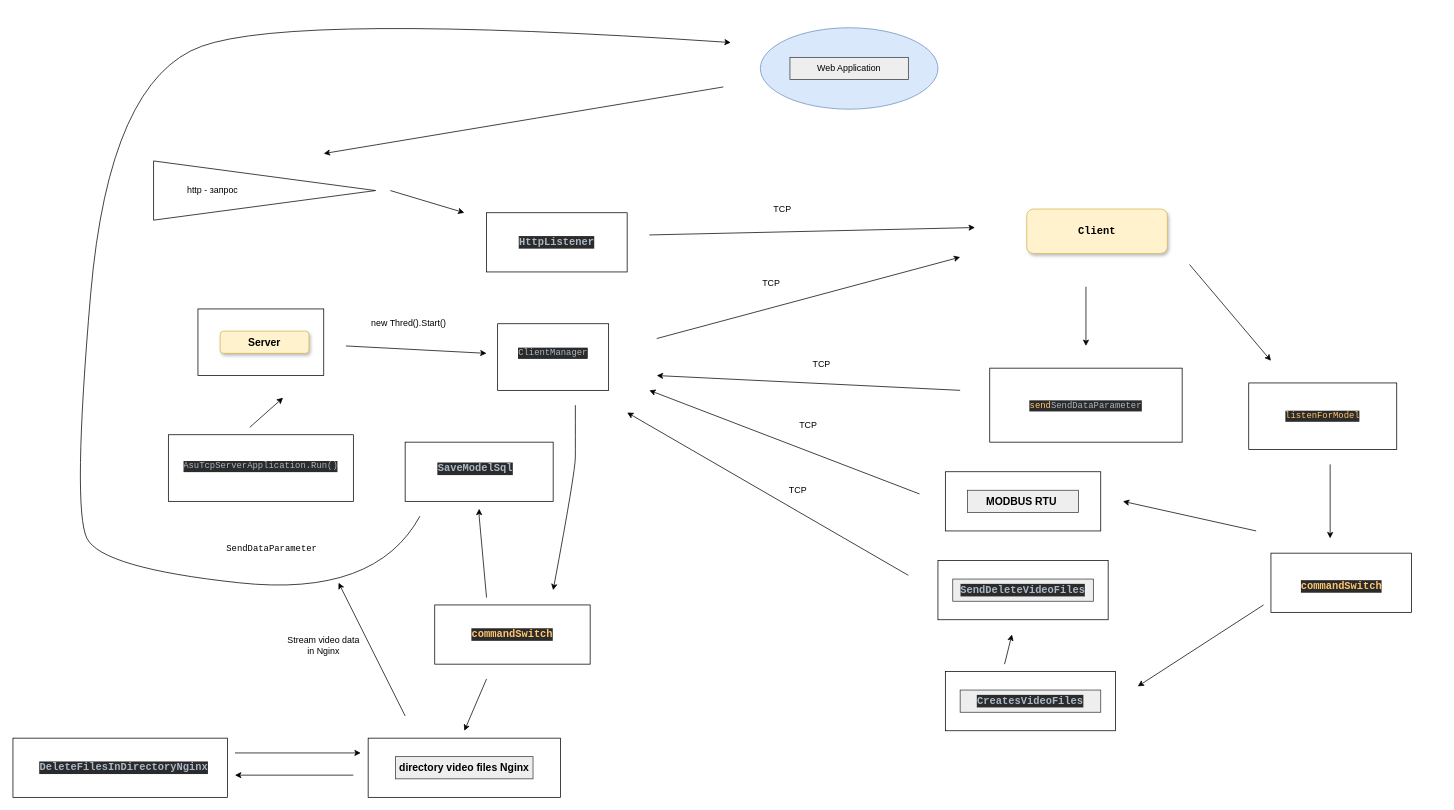
Above: src/main/java/structure_diagram.drawio in seregAnt02/AsuTcpClientrOnJava (draw.io), before the change. Source tidied: cells renumbered, new cells numbered last; positions are measured from the earlier drawing's top-left corner, leaving out a move shared by most shapes. Both pictures are drawn from the tidied source at 74%, with x=0, y=0 at pixel (13, 13).
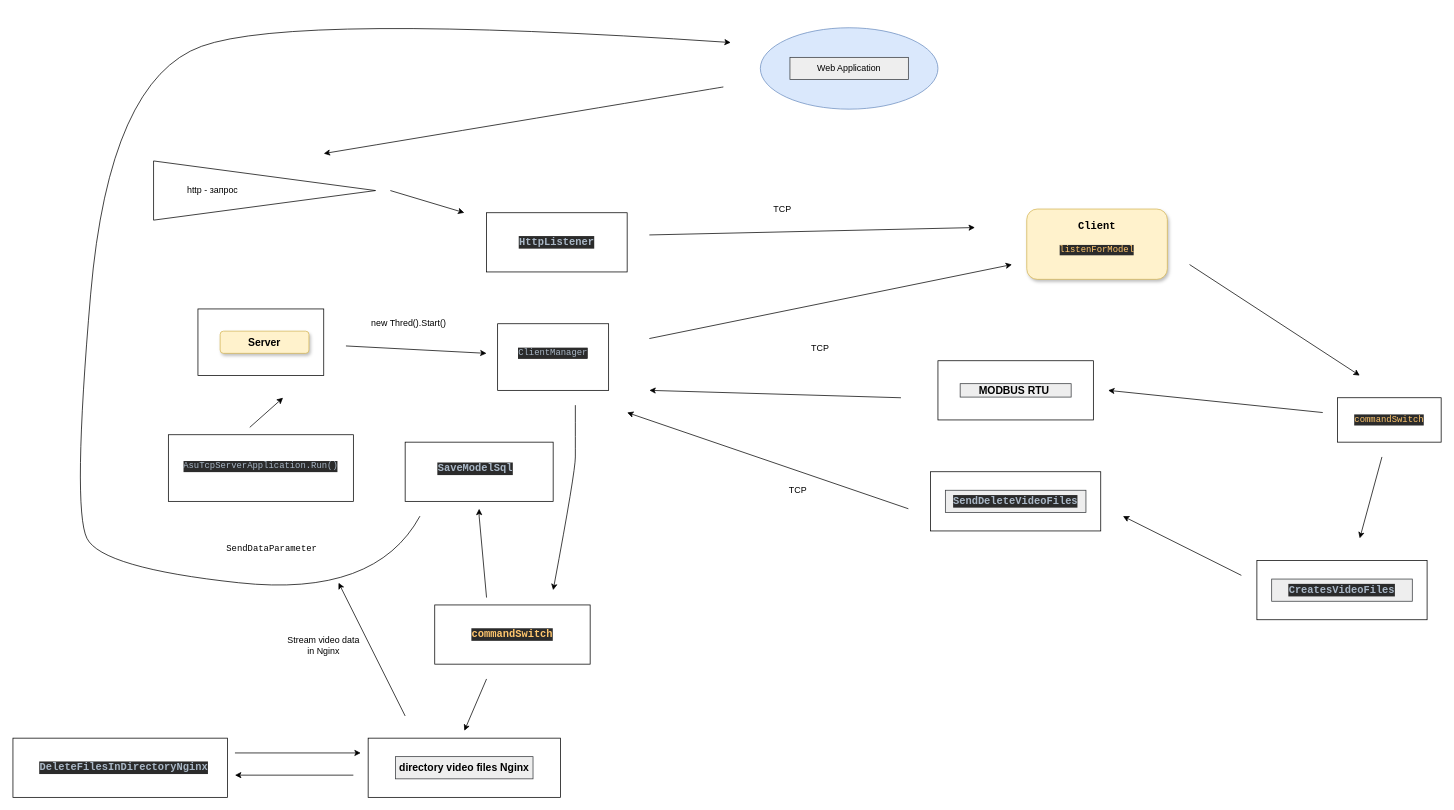
The same diagram, later.

Diff of the diagram source:
```diff
@@
-    <mxCell id="2" style="group;" parent="1" vertex="1">
-      <mxGeometry x="870" y="330" width="410" height="110" as="geometry" />
-    </mxCell>
-    <mxCell id="3" style="endArrow=classic;html=1;rounded=0;" parent="2" edge="1">
-      <mxGeometry relative="1" as="geometry">
-        <mxPoint y="110" as="sourcePoint" />
-        <mxPoint x="410" as="targetPoint" />
-      </mxGeometry>
-    </mxCell>
-    <mxCell id="4" value="TCP" style="text;html=1;align=center;verticalAlign=middle;whiteSpace=wrap;rounded=0;" parent="2" vertex="1">
-      <mxGeometry x="125" y="20" width="60" height="30" as="geometry" />
-    </mxCell>
-    <mxCell id="5" style="group;" parent="1" vertex="1">
-      <mxGeometry x="870" y="460" width="410" height="50" as="geometry" />
-    </mxCell>
-    <mxCell id="6" value="TCP" style="text;html=1;align=center;verticalAlign=middle;whiteSpace=wrap;rounded=0;" parent="5" vertex="1">
-      <mxGeometry x="209.4" width="28.2" height="30" as="geometry" />
-    </mxCell>
-    <mxCell id="7" style="endArrow=classic;html=1;rounded=0;" parent="5" edge="1">
-      <mxGeometry relative="1" as="geometry">
-        <mxPoint x="410" y="50" as="sourcePoint" />
-        <mxPoint y="30" as="targetPoint" />
-      </mxGeometry>
-    </mxCell>
@@
-    <mxCell id="34" style="group;" parent="1" vertex="1">
-      <mxGeometry x="1670" y="500" width="210" height="90" as="geometry" />
-    </mxCell>
-    <mxCell id="35" style="rounded=0;whiteSpace=wrap;html=1;" parent="34" vertex="1">
-      <mxGeometry width="200" height="90" as="geometry" />
-    </mxCell>
-    <mxCell id="36" value="&lt;pre style=&quot;background-color:#2b2b2b;color:#a9b7c6;font-family:'JetBrains Mono',monospace;font-size:9,8pt;&quot;&gt;&lt;span style=&quot;color:#ffc66d;&quot;&gt;listenForModel&lt;/span&gt;&lt;/pre&gt;" style="text;html=1;align=center;verticalAlign=middle;whiteSpace=wrap;rounded=0;" parent="34" vertex="1">
-      <mxGeometry x="10" y="10" width="180" height="70" as="geometry" />
-    </mxCell>
     <mxCell id="37" style="endArrow=classic;html=1;rounded=0;" parent="1" edge="1">
       <mxGeometry relative="1" as="geometry">
         <mxPoint x="1590" y="340" as="sourcePoint" />
-        <mxPoint x="1700" y="470" as="targetPoint" />
+        <mxPoint x="1820" y="490" as="targetPoint" />
       </mxGeometry>
     </mxCell>
-    <mxCell id="38" style="group;" parent="1" vertex="1">
-      <mxGeometry x="1700" y="730" width="190" height="80" as="geometry" />
-    </mxCell>
-    <mxCell id="39" style="rounded=0;whiteSpace=wrap;html=1;" parent="38" vertex="1">
-      <mxGeometry width="190" height="80" as="geometry" />
-    </mxCell>
-    <mxCell id="40" value="&lt;h3 style=&quot;background-color: light-dark(rgb(43, 43, 43), rgb(200, 200, 200)); color: light-dark(rgb(169, 183, 198), rgb(71, 83, 96)); font-family: &amp;quot;JetBrains Mono&amp;quot;, monospace;&quot;&gt;&lt;span style=&quot;color: rgb(255, 198, 109);&quot;&gt;commandSwitch&lt;/span&gt;&lt;/h3&gt;" style="text;html=1;align=center;verticalAlign=middle;whiteSpace=wrap;rounded=0;" parent="38" vertex="1">
-      <mxGeometry x="1" y="30" width="189" height="30" as="geometry" />
-    </mxCell>
     <mxCell id="41" style="endArrow=classic;html=1;rounded=0;" parent="1" edge="1">
       <mxGeometry relative="1" as="geometry">
-        <mxPoint x="1780" y="610" as="sourcePoint" />
-        <mxPoint x="1780" y="710" as="targetPoint" />
+        <mxPoint x="1770" y="540" as="sourcePoint" />
+        <mxPoint x="1480" y="510" as="targetPoint" />
       </mxGeometry>
     </mxCell>
-    <mxCell id="42" style="endArrow=classic;html=1;rounded=0;" parent="1" edge="1">
-      <mxGeometry relative="1" as="geometry">
-        <mxPoint x="1450" y="370" as="sourcePoint" />
-        <mxPoint x="1450" y="450" as="targetPoint" />
-      </mxGeometry>
-    </mxCell>
-    <mxCell id="43" style="group;" parent="1" vertex="1">
-      <mxGeometry x="1300" y="470" width="260" height="100" as="geometry" />
-    </mxCell>
-    <mxCell id="44" style="group;" parent="43" vertex="1">
-      <mxGeometry x="20" y="10" width="260" height="100" as="geometry" />
-    </mxCell>
-    <mxCell id="45" style="rounded=0;whiteSpace=wrap;html=1;" parent="44" vertex="1">
-      <mxGeometry width="260" height="100" as="geometry" />
-    </mxCell>
-    <mxCell id="46" value="&lt;pre style=&quot;background-color: rgb(43, 43, 43); color: rgb(169, 183, 198); font-family: &amp;quot;JetBrains Mono&amp;quot;, monospace;&quot;&gt;&lt;span style=&quot;color: rgb(255, 198, 109);&quot;&gt;send&lt;/span&gt;SendDataParameter&lt;/pre&gt;" style="text;html=1;align=center;verticalAlign=middle;whiteSpace=wrap;rounded=0;" parent="44" vertex="1">
-      <mxGeometry x="10" y="31.2" width="240" height="38.8" as="geometry" />
-    </mxCell>
     <mxCell id="47" style="group;fillColor=none;strokeColor=none;" parent="1" vertex="1">
-      <mxGeometry x="1370" y="265" width="190" height="60" as="geometry" />
+      <mxGeometry x="1370" y="265" width="190" height="95" as="geometry" />
     </mxCell>
-    <mxCell id="48" style="rounded=1;whiteSpace=wrap;html=1;fillColor=#fff2cc;strokeColor=#d6b656;shadow=1;" parent="47" vertex="1">
-      <mxGeometry width="190" height="60" as="geometry" />
+    <mxCell id="48" value="&lt;div&gt;&lt;br&gt;&lt;/div&gt;&lt;div&gt;&lt;pre style=&quot;background-color: rgb(43, 43, 43); color: rgb(169, 183, 198); font-family: &amp;quot;JetBrains Mono&amp;quot;, monospace;&quot;&gt;&lt;span style=&quot;color: rgb(255, 198, 109);&quot;&gt;listenForModel&lt;/span&gt;&lt;/pre&gt;&lt;/div&gt;" style="rounded=1;whiteSpace=wrap;html=1;fillColor=#fff2cc;strokeColor=#d6b656;shadow=1;" parent="47" vertex="1">
+      <mxGeometry width="190" height="95" as="geometry" />
     </mxCell>
     <mxCell id="49" value="&lt;pre style=&quot;font-family: &amp;quot;JetBrains Mono&amp;quot;, monospace;&quot;&gt;&lt;h3 style=&quot;font-family: &amp;quot;JetBrains Mono&amp;quot;, monospace;&quot;&gt;&lt;span&gt;&lt;font style=&quot;color: rgb(0, 0, 0);&quot;&gt;Client&lt;/font&gt;&lt;/span&gt;&lt;/h3&gt;&lt;/pre&gt;" style="text;html=1;align=center;verticalAlign=middle;whiteSpace=wrap;rounded=0;" parent="47" vertex="1">
-      <mxGeometry x="20" y="15" width="150" height="30" as="geometry" />
+      <mxGeometry x="20" y="11.9" width="150" height="23.8" as="geometry" />
     </mxCell>
     <mxCell id="50" style="group;" parent="1" vertex="1">
-      <mxGeometry x="1260" y="620" width="210" height="80" as="geometry" />
+      <mxGeometry x="1250" y="470" width="210" height="80" as="geometry" />
     </mxCell>
@@
     <mxCell id="52" value="&lt;h3&gt;MODBUS RTU&amp;nbsp;&lt;/h3&gt;" style="text;html=1;align=center;verticalAlign=middle;whiteSpace=wrap;rounded=0;fillColor=#eeeeee;strokeColor=#36393d;" parent="50" vertex="1">
-      <mxGeometry x="30" y="25" width="150" height="30" as="geometry" />
+      <mxGeometry x="30" y="31" width="150" height="18.1" as="geometry" />
     </mxCell>
-    <mxCell id="53" style="endArrow=classic;html=1;rounded=0;" parent="1" edge="1">
-      <mxGeometry relative="1" as="geometry">
-        <mxPoint x="1680" y="700" as="sourcePoint" />
-        <mxPoint x="1500" y="660" as="targetPoint" />
-      </mxGeometry>
-    </mxCell>
@@
-    <mxCell id="55" style="endArrow=classic;html=1;rounded=0;" parent="1" edge="1">
-      <mxGeometry relative="1" as="geometry">
-        <mxPoint x="1690" y="800" as="sourcePoint" />
-        <mxPoint x="1520" y="910" as="targetPoint" />
-      </mxGeometry>
-    </mxCell>
     <mxCell id="56" style="group;" parent="1" vertex="1">
-      <mxGeometry x="1250" y="740" width="240" height="80" as="geometry" />
+      <mxGeometry x="1240" y="620" width="240" height="80" as="geometry" />
     </mxCell>
@@
     <mxCell id="64" value="TCP" style="text;html=1;align=center;verticalAlign=middle;whiteSpace=wrap;rounded=0;" parent="1" vertex="1">
-      <mxGeometry x="1064.2" y="544.3" width="21.6" height="25.7" as="geometry" />
+      <mxGeometry x="1080" y="440" width="21.6" height="25.7" as="geometry" />
     </mxCell>
     <mxCell id="65" style="endArrow=classic;html=1;rounded=0;" parent="1" edge="1">
       <mxGeometry relative="1" as="geometry">
-        <mxPoint x="1225.1" y="650" as="sourcePoint" />
+        <mxPoint x="1200" y="520" as="sourcePoint" />
         <mxPoint x="860" y="510" as="targetPoint" />
       </mxGeometry>
     </mxCell>
@@
     <mxCell id="79" style="endArrow=classic;html=1;rounded=0;" parent="1" edge="1">
       <mxGeometry relative="1" as="geometry">
-        <mxPoint x="1210" y="760" as="sourcePoint" />
+        <mxPoint x="1210" y="670" as="sourcePoint" />
         <mxPoint x="830" y="540" as="targetPoint" />
       </mxGeometry>
     </mxCell>
@@
     <mxCell id="85" style="group;" parent="1" vertex="1">
-      <mxGeometry x="1260" y="890" width="240" height="80" as="geometry" />
+      <mxGeometry x="1681" y="740" width="240" height="80" as="geometry" />
     </mxCell>
@@
     <mxCell id="89" style="endArrow=classic;html=1;rounded=0;" parent="1" edge="1">
       <mxGeometry relative="1" as="geometry">
-        <mxPoint x="1340" y="880" as="sourcePoint" />
-        <mxPoint x="1350" y="840" as="targetPoint" />
+        <mxPoint x="1660" y="760" as="sourcePoint" />
+        <mxPoint x="1500" y="680" as="targetPoint" />
       </mxGeometry>
     </mxCell>
@@
+    <mxCell id="94" style="endArrow=classic;html=1;rounded=0;" parent="1" edge="1">
+      <mxGeometry relative="1" as="geometry">
+        <mxPoint x="860" y="440" as="sourcePoint" />
+        <mxPoint x="1350" y="340" as="targetPoint" />
+      </mxGeometry>
+    </mxCell>
+    <mxCell id="40" value="&lt;pre style=&quot;background-color:#2b2b2b;color:#a9b7c6;font-family:'JetBrains Mono',monospace;font-size:9,8pt;&quot;&gt;&lt;span style=&quot;color:#ffc66d;&quot;&gt;commandSwitch&lt;/span&gt;&lt;/pre&gt;" style="rounded=0;whiteSpace=wrap;html=1;" parent="1" vertex="1">
+      <mxGeometry x="1790" y="520" width="140" height="60" as="geometry" />
+    </mxCell>
+    <mxCell id="95" style="endArrow=classic;html=1;rounded=0;" parent="1" edge="1">
+      <mxGeometry relative="1" as="geometry">
+        <mxPoint x="1850" y="600" as="sourcePoint" />
+        <mxPoint x="1820" y="710" as="targetPoint" />
+      </mxGeometry>
+    </mxCell>
```
